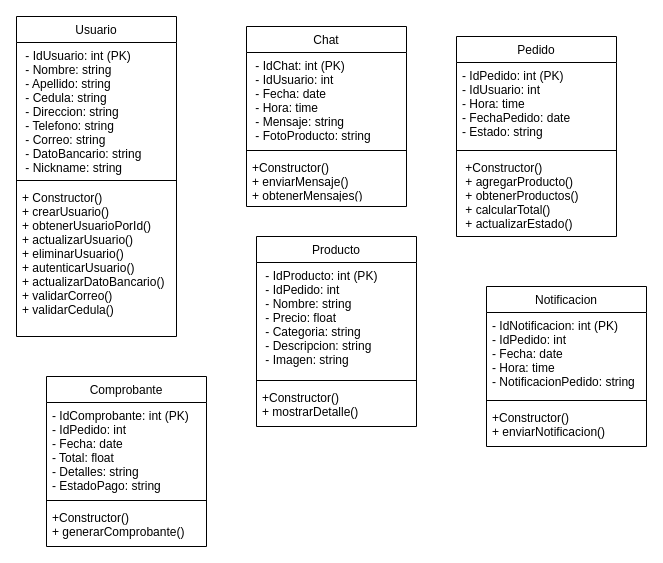
Earlier version of the draw.io diagram DiagramaClasesKamiapp.drawio (DarkJ-18/DiagramaClasesKamiapp). Source tidied: cells renumbered, new cells numbered last; positions are measured from the earlier drawing's top-left corner, leaving out a move shared by most shapes. Both pictures are drawn from the tidied source at 100%, with x=0, y=0 at pixel (16, 16).
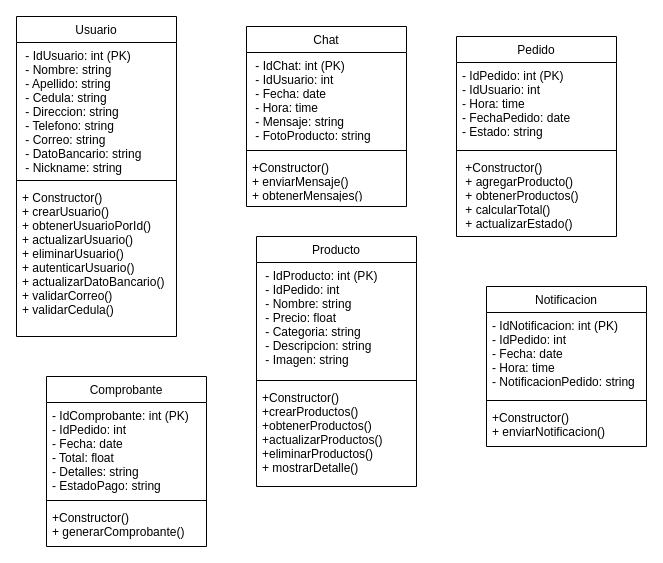
After the change.

Commit message:
Actualización del diagrama de clases

The edit, as a diff of the source:
```diff
@@
     <mxCell id="14" value="Producto" style="swimlane;fontStyle=0;align=center;verticalAlign=top;horizontal=1;startSize=26;rounded=0;shadow=0;strokeWidth=1;fontSize=12;" parent="1" vertex="1">
-      <mxGeometry x="240" y="220" width="160" height="190" as="geometry" />
+      <mxGeometry x="240" y="220" width="160" height="250" as="geometry" />
     </mxCell>
@@
-    <mxCell id="17" value="+Constructor()&#10;+ mostrarDetalle() " style="text;align=left;verticalAlign=top;spacingLeft=4;spacingRight=4;overflow=hidden;fontSize=12;" parent="14" vertex="1">
-      <mxGeometry y="148" width="160" height="42" as="geometry" />
+    <mxCell id="17" value="+Constructor()&#10;+crearProductos()&#10;+obtenerProductos()&#10;+actualizarProductos()&#10;+eliminarProductos()&#10;+ mostrarDetalle() " style="text;align=left;verticalAlign=top;spacingLeft=4;spacingRight=4;overflow=hidden;fontSize=12;" parent="14" vertex="1">
+      <mxGeometry y="148" width="160" height="102" as="geometry" />
     </mxCell>
```
